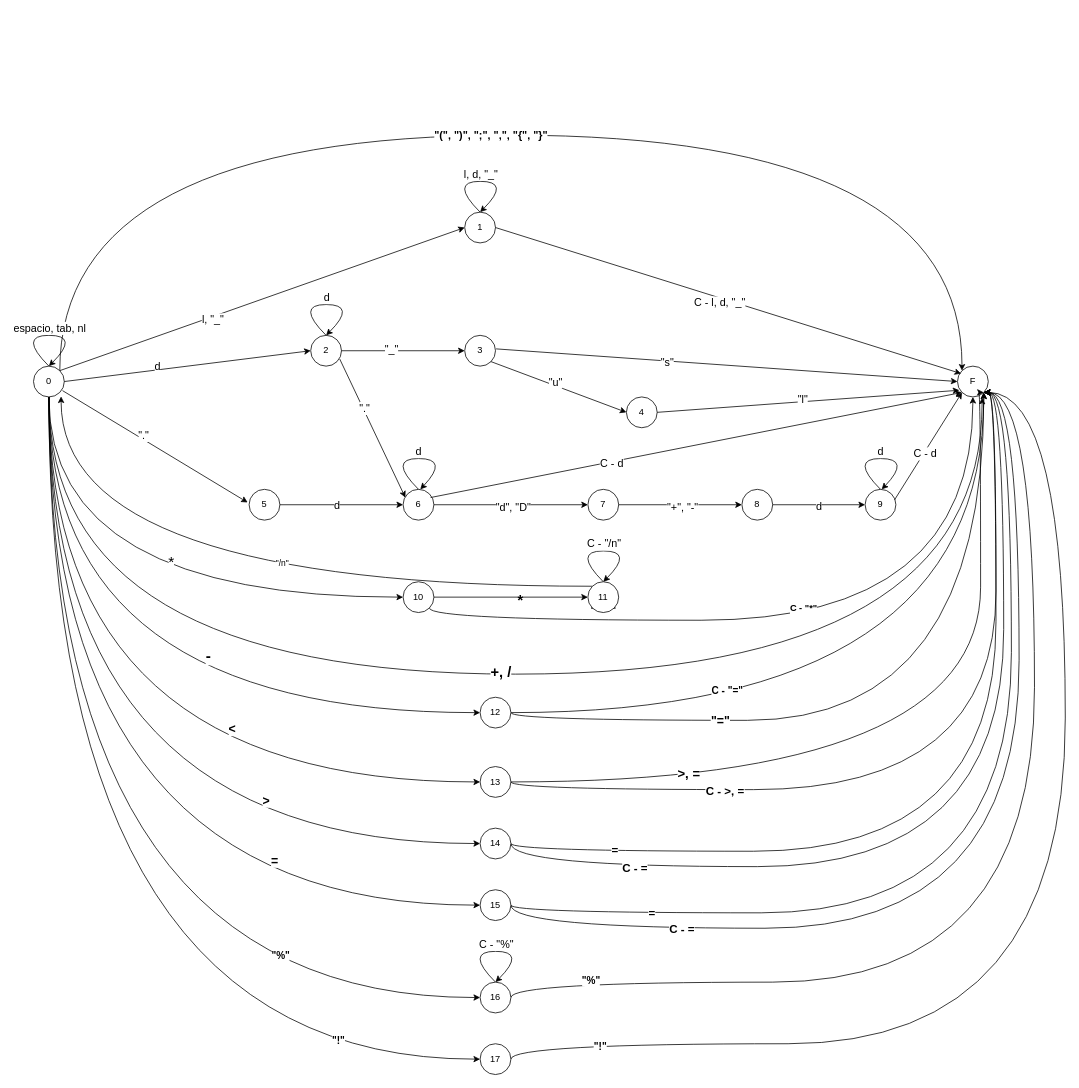
Before: resources/automata.drawio in ElgartXimena/compiler, a draw.io diagram. Source tidied: cells renumbered, new cells numbered last; positions are measured from the earlier drawing's top-left corner, leaving out a move shared by most shapes. Both pictures are drawn from the tidied source at 77%, with x=0, y=0 at pixel (18, 135).
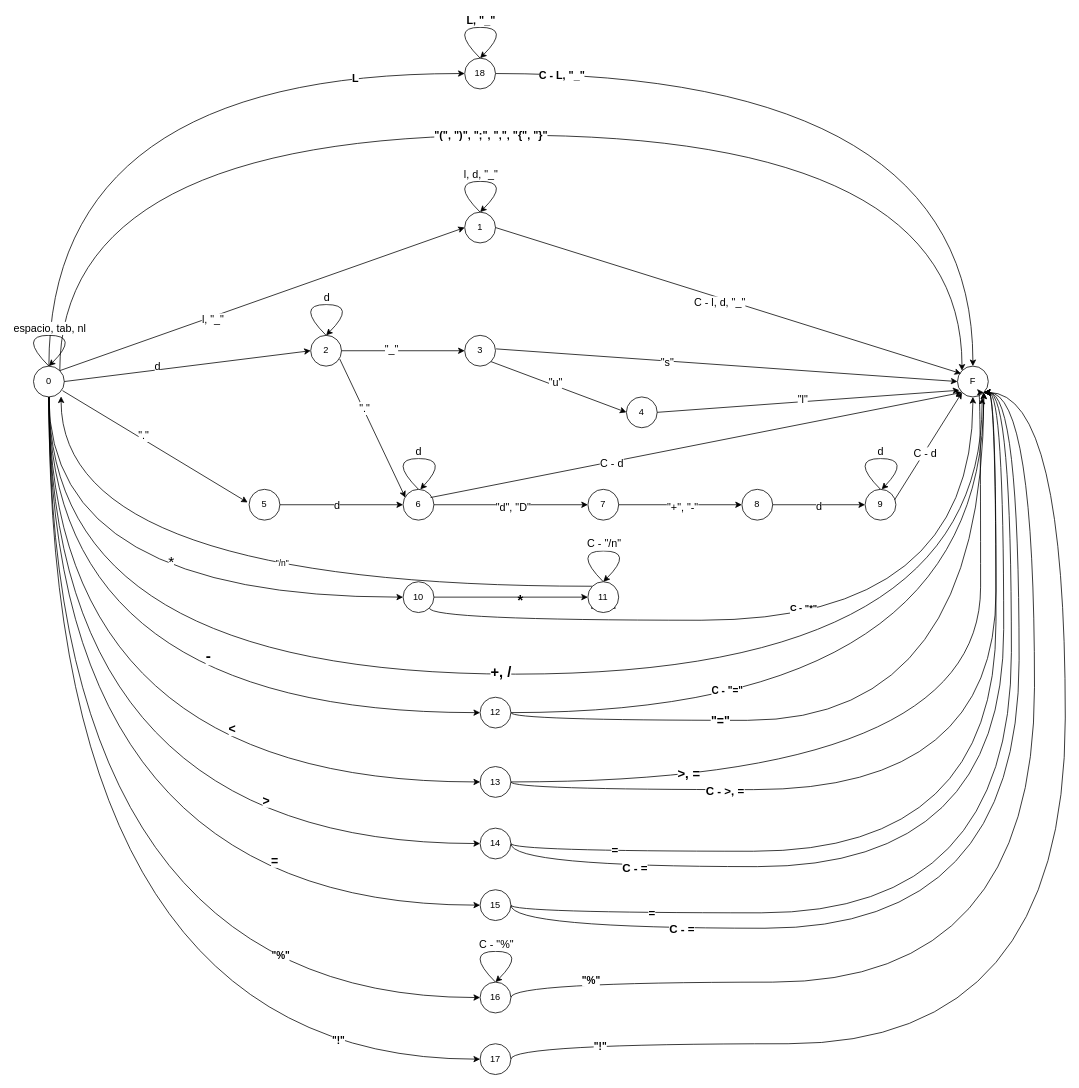
Above is the later version.

Commit message:
Palabras reservadas en automata

The change refers to these unchanged cells:
```xml
<mxCell id="20" value="0" style="ellipse;whiteSpace=wrap;html=1;" parent="1" vertex="1">
  <mxGeometry x="20" y="300" width="40" height="40" as="geometry" />
</mxCell>
<mxCell id="21" value="F" style="ellipse;whiteSpace=wrap;html=1;" parent="1" vertex="1">
  <mxGeometry x="1220" y="300" width="40" height="40" as="geometry" />
</mxCell>
```

Diff of the diagram source:
```diff
@@
+    <mxCell id="111" style="edgeStyle=orthogonalEdgeStyle;rounded=0;jettySize=auto;html=1;exitX=0.5;exitY=0;exitDx=0;exitDy=0;entryX=0;entryY=0.5;entryDx=0;entryDy=0;curved=1;" parent="1" edge="1" source="20" target="115">
+      <mxGeometry relative="1" as="geometry" />
+    </mxCell>
+    <mxCell id="112" value="L" style="edgeLabel;html=1;align=center;verticalAlign=middle;fontStyle=1;fontSize=14;" parent="111" vertex="1">
+      <mxGeometry x="0.69" y="-5" relative="1" as="geometry" />
+    </mxCell>
@@
+    <mxCell id="113" style="edgeStyle=orthogonalEdgeStyle;rounded=0;jettySize=auto;html=1;exitX=1;exitY=0.5;exitDx=0;exitDy=0;entryX=0.5;entryY=0;entryDx=0;entryDy=0;curved=1;" parent="1" edge="1" source="115" target="21">
+      <mxGeometry relative="1" as="geometry" />
+    </mxCell>
+    <mxCell id="114" value="C - L, &quot;_&quot;" style="edgeLabel;html=1;align=center;verticalAlign=middle;fontStyle=1;fontSize=14;" parent="113" vertex="1">
+      <mxGeometry x="-0.83" y="-2" relative="1" as="geometry" />
+    </mxCell>
+    <mxCell id="115" value="18" style="ellipse;whiteSpace=wrap;html=1;" parent="1" vertex="1">
+      <mxGeometry x="580" y="-100" width="40" height="40" as="geometry" />
+    </mxCell>
+    <mxCell id="116" style="curved=1;endArrow=classic;html=1;rounded=0;entryX=0.5;entryY=0;entryDx=0;entryDy=0;exitX=0.5;exitY=0;exitDx=0;exitDy=0;" parent="1" edge="1">
+      <mxGeometry relative="1" as="geometry">
+        <mxPoint x="600" y="-100" as="sourcePoint" />
+        <mxPoint x="600" y="-100" as="targetPoint" />
+        <Array as="points">
+          <mxPoint x="560" y="-140" />
+          <mxPoint x="640" y="-140" />
+        </Array>
+      </mxGeometry>
+    </mxCell>
+    <mxCell id="117" value="L, &quot;_&quot;" style="edgeLabel;html=1;align=center;verticalAlign=middle;fontSize=14;fontStyle=1;" parent="116" vertex="1">
+      <mxGeometry y="-2" relative="1" as="geometry">
+        <mxPoint y="-12" as="offset" />
+      </mxGeometry>
+    </mxCell>
```
